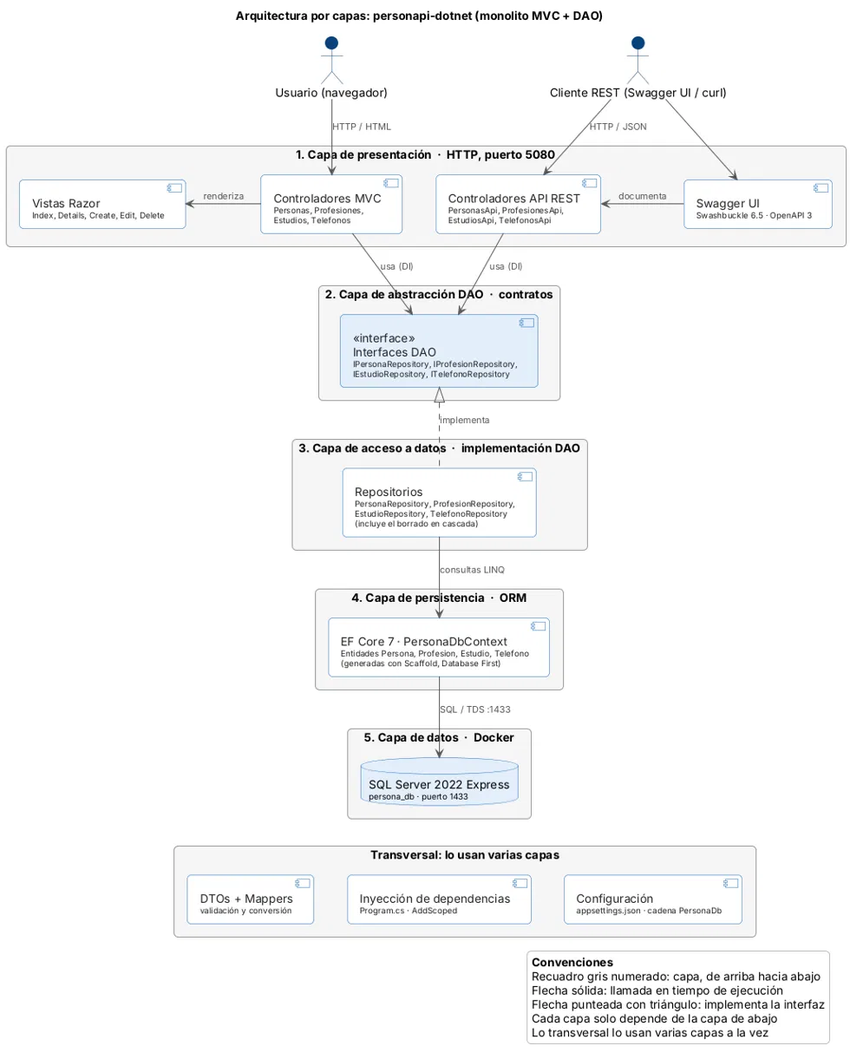
Before: docs/diagramas/08_arquitectura_capas.png, a diagram exported from PlantUML (joseval29/personapi-dotnet). Its source is kept beside it as docs/diagramas/08_arquitectura_capas.puml.
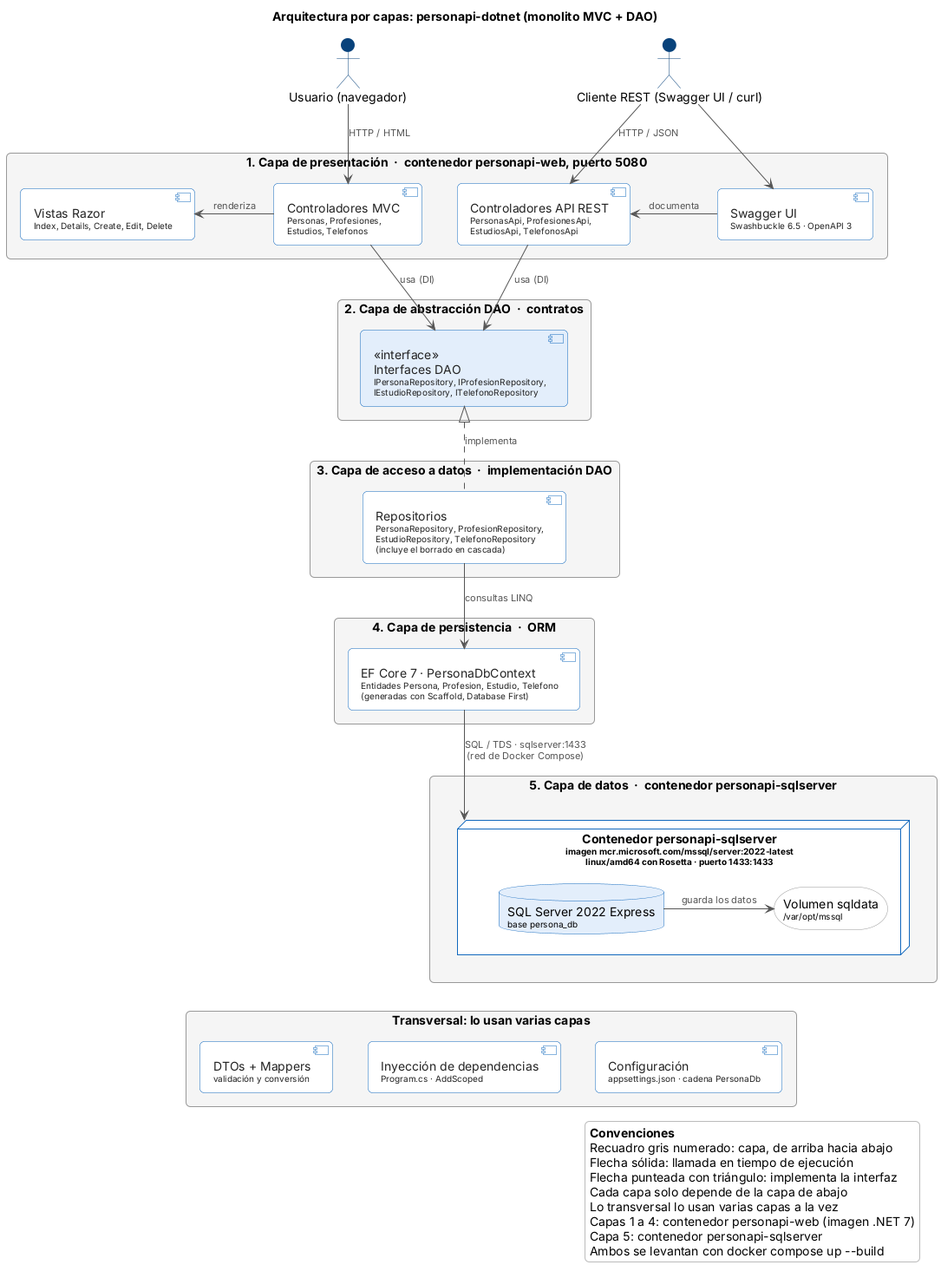
The same diagram one commit later.

What changed in the source:
```diff
@@ -1,39 +1,112 @@
 @startuml 08_arquitectura_capas
-title Arquitectura por capas - personapi-dotnet
+title Arquitectura por capas: personapi-dotnet (monolito MVC + DAO)
+
+top to bottom direction
+skinparam defaultFontName Arial
 skinparam shadowing false
-skinparam defaultFontName Helvetica
-skinparam componentStyle rectangle
+skinparam roundCorner 10
+skinparam nodesep 40
+skinparam ranksep 50
 skinparam ArrowColor #555555
-skinparam ComponentBackgroundColor #E6F1FB
-skinparam ComponentBorderColor #185FA5
-skinparam DatabaseBackgroundColor #EEEDFE
-skinparam DatabaseBorderColor #534AB7
-skinparam PackageBorderColor #888780
-skinparam PackageStyle rectangle
-
-component "Navegador / Swagger UI" as NAV
-
-package "personapi-dotnet (monolito)" {
-  component "Controladores MVC\nPersonasController..." as MVC
-  component "Controladores API\nPersonasApiController..." as API
-  component "Interfaces DAO\nIPersonaRepository..." as IDAO
-  component "Repositorios\nPersonaRepository..." as REPO
-  component "EF Core\nPersonaDbContext, entidades" as EF
+skinparam ArrowFontColor #555555
+skinparam ArrowFontSize 11
+skinparam packageStyle rectangle
+skinparam package {
+  BorderColor #999999
+  BackgroundColor #F5F5F5
+  FontColor #333333
+  FontStyle bold
+}
+skinparam component {
+  BackgroundColor #FFFFFF
+  BorderColor #1168BD
+  FontColor #222222
+}
+skinparam node {
+  BorderColor #1168BD
+  BackgroundColor #FFFFFF
+}
+skinparam storage {
+  BorderColor #999999
+  BackgroundColor #FFFFFF
+}
+skinparam database {
+  BackgroundColor #E3EEFB
+  BorderColor #1168BD
+}
+skinparam actor {
+  BorderColor #08427B
+  BackgroundColor #08427B
+}
+skinparam legend {
+  BackgroundColor #FFFFFF
+  BorderColor #BBBBBB
 }
 
-database "SQL Server 2022 Express\n(Docker, persona_db)" as DB
+actor "Usuario (navegador)" as usuario
+actor "Cliente REST (Swagger UI / curl)" as cliente
 
-NAV --> MVC : vistas HTML
-NAV --> API : Swagger UI / JSON
-MVC --> IDAO : usa
-API --> IDAO : usa
-IDAO <|.. REPO : implementa
-REPO --> EF : consulta
-EF --> DB : TCP 1433
+package "1. Capa de presentación  ·  contenedor personapi-web, puerto 5080" as presentacion {
+  component "Vistas Razor\n<size:10>Index, Details, Create, Edit, Delete</size>" as vistas
+  component "Controladores MVC\n<size:10>Personas, Profesiones,</size>\n<size:10>Estudios, Telefonos</size>" as mvc
+  component "Controladores API REST\n<size:10>PersonasApi, ProfesionesApi,</size>\n<size:10>EstudiosApi, TelefonosApi</size>" as api
+  component "Swagger UI\n<size:10>Swashbuckle 6.5 · OpenAPI 3</size>" as swagger
+}
 
-note right of MVC
-  Los controladores nunca usan
-  PersonaDbContext directamente.
-end note
+package "2. Capa de abstracción DAO  ·  contratos" as abstraccion {
+  component "<<interface>>\nInterfaces DAO\n<size:10>IPersonaRepository, IProfesionRepository,</size>\n<size:10>IEstudioRepository, ITelefonoRepository</size>" as interfaces #E3EEFB
+}
 
+package "3. Capa de acceso a datos  ·  implementación DAO" as acceso {
+  component "Repositorios\n<size:10>PersonaRepository, ProfesionRepository,</size>\n<size:10>EstudioRepository, TelefonoRepository</size>\n<size:10>(incluye el borrado en cascada)</size>" as repos
+}
+
+package "4. Capa de persistencia  ·  ORM" as persistencia {
+  component "EF Core 7 · PersonaDbContext\n<size:10>Entidades Persona, Profesion, Estudio, Telefono</size>\n<size:10>(generadas con Scaffold, Database First)</size>" as ctx
+}
+
+package "5. Capa de datos  ·  contenedor personapi-sqlserver" as datos {
+  node "Contenedor personapi-sqlserver\n<size:10>imagen mcr.microsoft.com/mssql/server:2022-latest</size>\n<size:10>linux/amd64 con Rosetta · puerto 1433:1433</size>" as contenedor {
+    database "SQL Server 2022 Express\n<size:10>base persona_db</size>" as db
+    storage "Volumen sqldata\n<size:10>/var/opt/mssql</size>" as vol
+  }
+}
+
+package "Transversal: lo usan varias capas" as transversal {
+  component "DTOs + Mappers\n<size:10>validación y conversión</size>" as dtos
+  component "Inyección de dependencias\n<size:10>Program.cs · AddScoped</size>" as di
+  component "Configuración\n<size:10>appsettings.json · cadena PersonaDb</size>" as config
+}
+
+usuario -down-> mvc : HTTP / HTML
+cliente -down-> api : HTTP / JSON
+cliente -down-> swagger
+vistas -[hidden]right- mvc
+mvc -[hidden]right- api
+api -[hidden]right- swagger
+vistas <-right- mvc : renderiza
+api <-right- swagger : documenta
+
+mvc -down-> interfaces : usa (DI)
+api -down-> interfaces : usa (DI)
+repos .up.|> interfaces : implementa
+repos -down-> ctx : consultas LINQ
+ctx -down-> contenedor : SQL / TDS · sqlserver:1433\n(red de Docker Compose)
+db -right-> vol : guarda los datos
+
+contenedor -[hidden]down- di
+dtos -[hidden]right- di
+di -[hidden]right- config
+
+legend right
+<b>Convenciones</b>
+Recuadro gris numerado: capa, de arriba hacia abajo
+Flecha sólida: llamada en tiempo de ejecución
+Flecha punteada con triángulo: implementa la interfaz
+Cada capa solo depende de la capa de abajo
+Lo transversal lo usan varias capas a la vez
+Capas 1 a 4: contenedor personapi-web (imagen .NET 7)
+Capa 5: contenedor personapi-sqlserver
+Ambos se levantan con docker compose up --build
+endlegend
 @enduml
```
